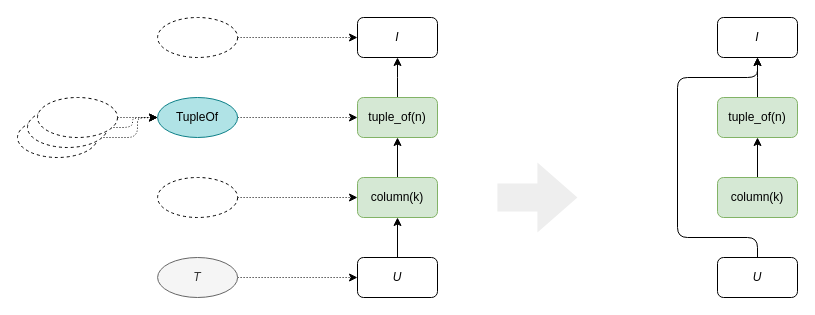
Before: page "Tuple Elimination" (3 of 5) of rewrite-rules.drawio in rbt-lang/diagrams, a draw.io diagram. Source tidied: cells renumbered, new cells numbered last; positions are measured from the earlier drawing's top-left corner, leaving out a move shared by most shapes. Both pictures are drawn from the tidied source at 100%, with x=0, y=0 at pixel (17, 17).
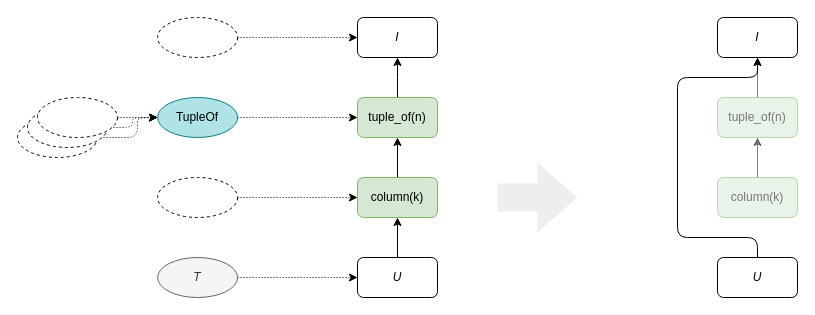
Above is the later version.

The edit, as a diff of the source:
```diff
@@
-    <mxCell id="24" style="edgeStyle=orthogonalEdgeStyle;rounded=0;jettySize=auto;html=1;exitX=0.5;exitY=0;exitDx=0;exitDy=0;strokeWidth=1;endArrow=classic;endFill=1;startArrow=none;startFill=0;" parent="1" edge="1" source="25">
+    <mxCell id="24" style="edgeStyle=orthogonalEdgeStyle;rounded=0;jettySize=auto;html=1;exitX=0.5;exitY=0;exitDx=0;exitDy=0;strokeWidth=1;endArrow=classic;endFill=1;startArrow=none;startFill=0;opacity=50;textOpacity=50;" parent="1" edge="1" source="25">
       <mxGeometry relative="1" as="geometry">
         <mxPoint x="740" y="40" as="targetPoint" />
       </mxGeometry>
     </mxCell>
-    <mxCell id="25" value="tuple_of(n)" style="rounded=1;whiteSpace=wrap;html=1;fillColor=#d5e8d4;strokeColor=#82b366;" parent="1" vertex="1">
+    <mxCell id="25" value="tuple_of(n)" style="rounded=1;whiteSpace=wrap;html=1;fillColor=#d5e8d4;strokeColor=#82b366;opacity=50;textOpacity=50;" parent="1" vertex="1">
       <mxGeometry x="700" y="80" width="80" height="40" as="geometry" />
     </mxCell>
@@
-    <mxCell id="27" style="edgeStyle=orthogonalEdgeStyle;rounded=1;jettySize=auto;html=1;entryX=0.5;entryY=1;entryDx=0;entryDy=0;startArrow=none;startFill=0;" parent="1" edge="1" source="28" target="25">
+    <mxCell id="27" style="edgeStyle=orthogonalEdgeStyle;rounded=1;jettySize=auto;html=1;entryX=0.5;entryY=1;entryDx=0;entryDy=0;startArrow=none;startFill=0;opacity=50;textOpacity=50;" parent="1" edge="1" source="28" target="25">
       <mxGeometry relative="1" as="geometry" />
     </mxCell>
-    <mxCell id="28" value="column(k)" style="rounded=1;whiteSpace=wrap;html=1;fillColor=#d5e8d4;strokeColor=#82b366;" parent="1" vertex="1">
+    <mxCell id="28" value="column(k)" style="rounded=1;whiteSpace=wrap;html=1;fillColor=#d5e8d4;strokeColor=#82b366;opacity=50;textOpacity=50;" parent="1" vertex="1">
       <mxGeometry x="700" y="160" width="80" height="40" as="geometry" />
     </mxCell>
```
